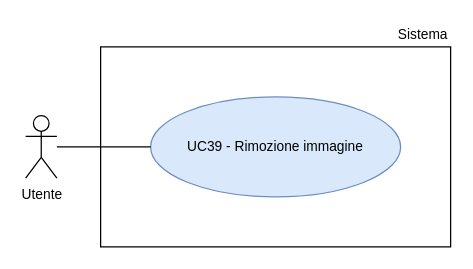
Above: RTB/doc_esterna/analisi-dei-requisiti/assets/draw.io/UC39.drawio in thebitless-group-swe/thebitless.github.io (draw.io), before the change. Source tidied: cells renumbered, new cells numbered last; positions are measured from the earlier drawing's top-left corner, leaving out a move shared by most shapes. Both pictures are drawn from the tidied source at 125%, with x=0, y=0 at pixel (25, 21).
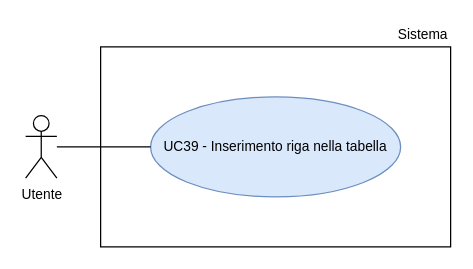
The same diagram, later.

What changed in the source:
```diff
@@
 <mxGraphModel>
   <root>
     <mxCell id="0" />
     <mxCell id="1" parent="0" />
     <mxCell id="2" value="Utente" style="shape=umlActor;verticalLabelPosition=bottom;verticalAlign=top;html=1;outlineConnect=0;fontSize=11;" parent="1" vertex="1">
       <mxGeometry y="75" width="25" height="50" as="geometry" />
     </mxCell>
     <mxCell id="3" style="rounded=0;whiteSpace=wrap;html=1;strokeWidth=1;" parent="1" vertex="1">
       <mxGeometry x="60" y="20" width="280" height="160" as="geometry" />
     </mxCell>
     <mxCell id="4" value="Sistema" style="text;html=1;whiteSpace=wrap;strokeColor=none;fillColor=none;align=right;verticalAlign=middle;fontSize=11;" parent="1" vertex="1">
       <mxGeometry x="270" width="70" height="20" as="geometry" />
     </mxCell>
-    <mxCell id="5" value="UC39 - Rimozione immagine" style="ellipse;whiteSpace=wrap;html=1;fillColor=#dae8fc;strokeColor=#6c8ebf;fontSize=11;" parent="1" vertex="1">
+    <mxCell id="5" value="UC39 - Inserimento riga nella tabella" style="ellipse;whiteSpace=wrap;html=1;fillColor=#dae8fc;strokeColor=#6c8ebf;fontSize=11;" parent="1" vertex="1">
       <mxGeometry x="100" y="60" width="200" height="80" as="geometry" />
     </mxCell>
     <mxCell id="6" style="edgeStyle=none;rounded=0;jettySize=auto;html=1;endArrow=none;endFill=0;" parent="1" edge="1" source="2" target="5">
       <mxGeometry relative="1" as="geometry" />
     </mxCell>
   </root>
 </mxGraphModel>
```
